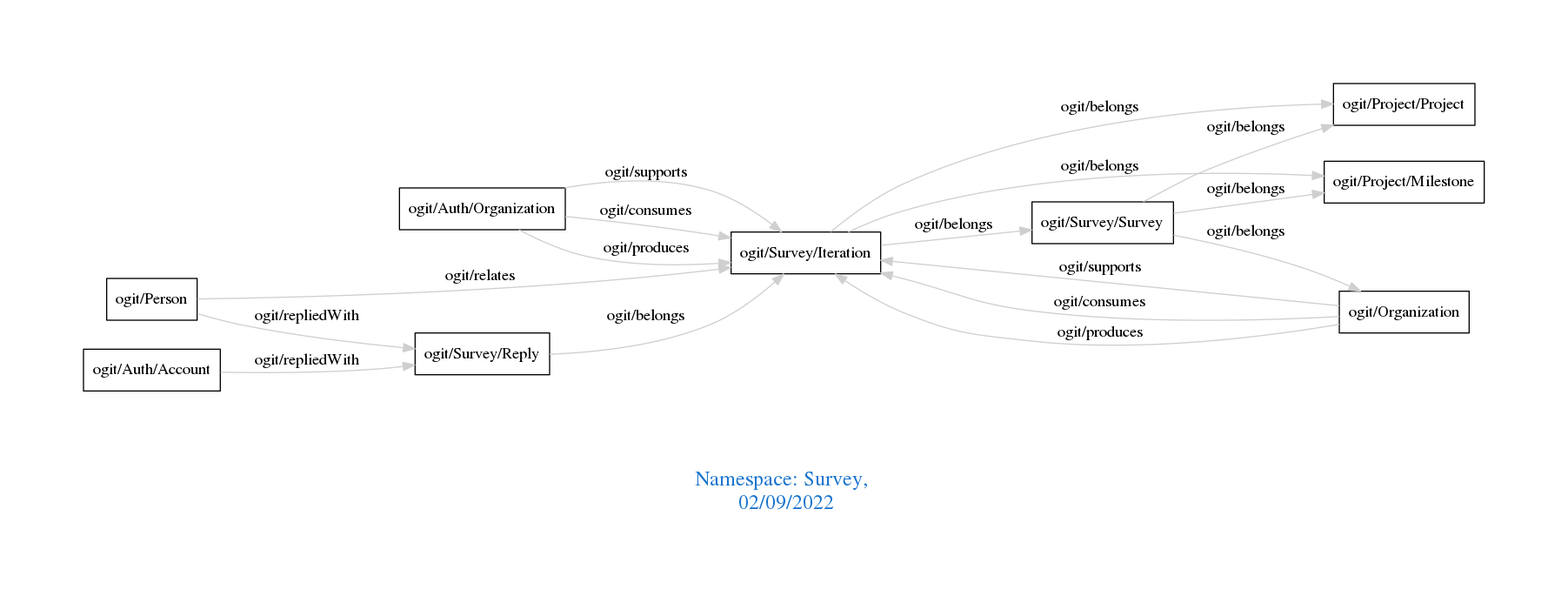
Earlier version of the Graphviz export downloads/Survey.png (arago/OGIT). Its source is kept beside it as downloads/Survey.dot.
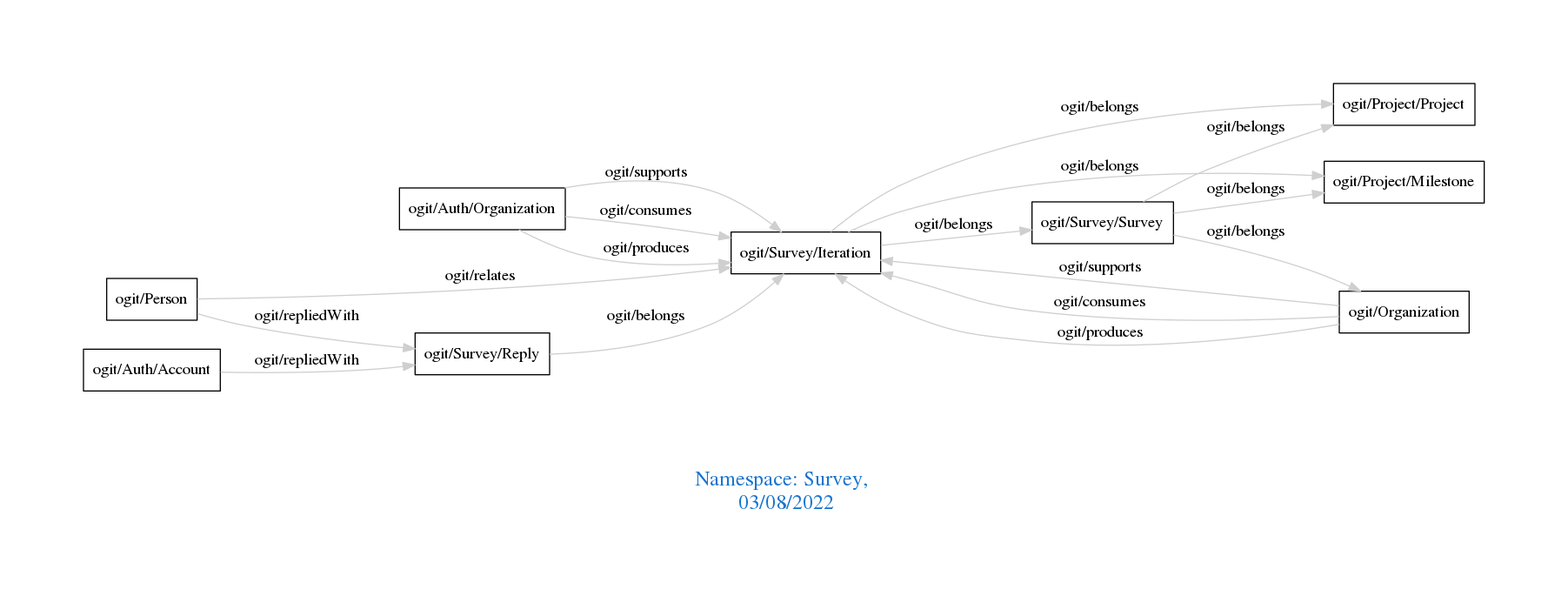
Later version of the same file.

The edit, as a diff of the source:
```diff
@@ -1,7 +1,7 @@
 digraph OGIT_ontology {
  graph [ rankdir= LR,pad=1
 fontsize = 18,
-fontcolor= dodgerblue3,label = "\n\n\nNamespace: Survey, \n 02/09/2022"];
+fontcolor= dodgerblue3,label = "\n\n\nNamespace: Survey, \n 03/08/2022"];
 node[shape=polygon];
 edge [  color="gray81"];
 
```
